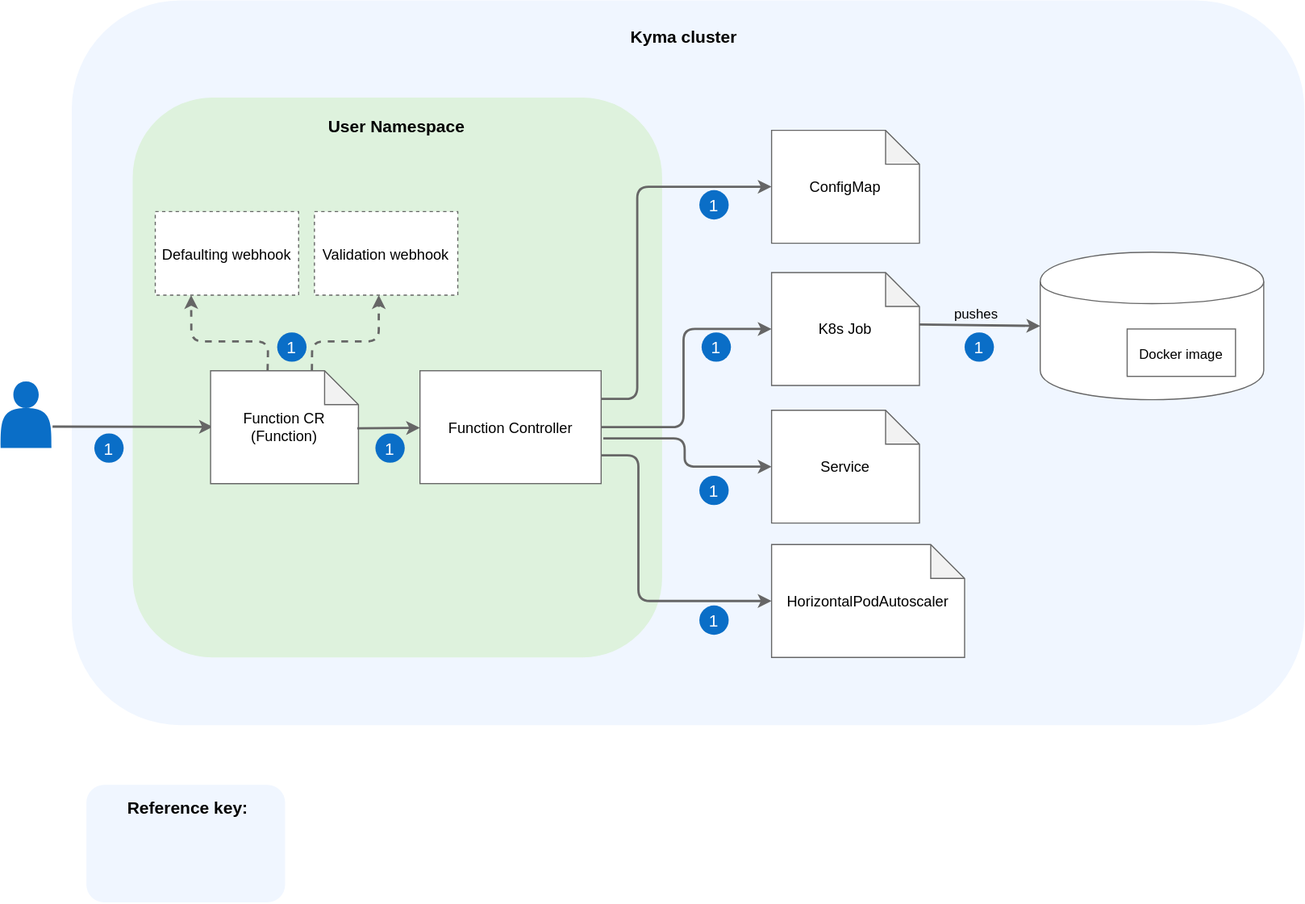
Earlier version of the draw.io export guidelines/content-guidelines/assets/diagram-example.svg (kyma-project/community). Source tidied: cells renumbered, new cells last; positions are measured from the earlier drawing's top-left corner, leaving out a move shared by most shapes.
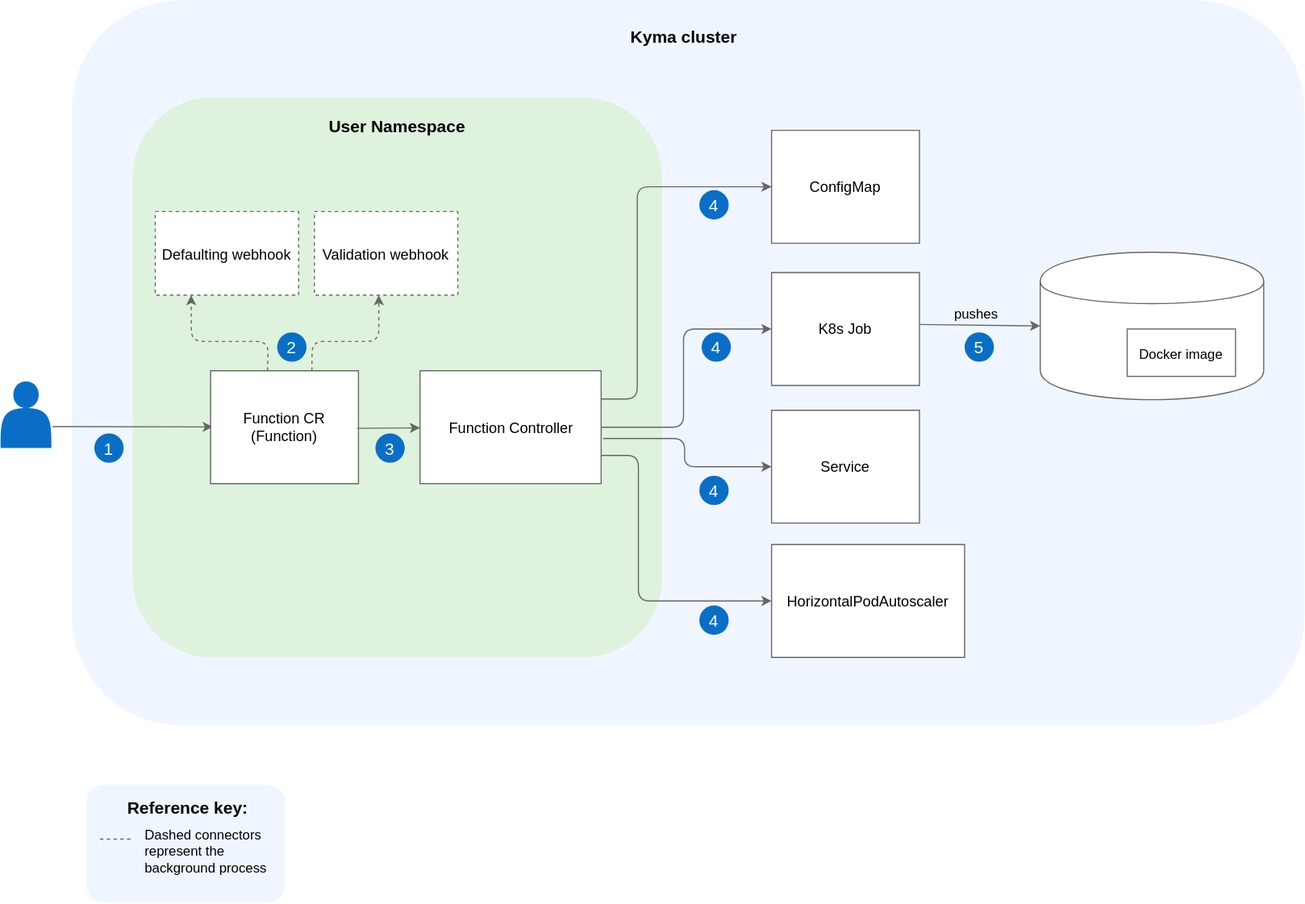
The same diagram one commit later.

Diff of the diagram source:
```diff
@@ -29,19 +29,19 @@
     <mxCell id="10" value="&lt;font style=&quot;font-size: 15px&quot;&gt;User Namespace&lt;/font&gt;" style="text;html=1;strokeColor=none;fillColor=none;align=center;verticalAlign=middle;whiteSpace=wrap;rounded=0;fontStyle=1;" parent="1" vertex="1">
       <mxGeometry x="287.2" y="101" width="128.5" height="20" as="geometry" />
     </mxCell>
-    <mxCell id="11" style="endArrow=classic;html=1;entryX=0;entryY=0.5;entryDx=0;entryDy=0;strokeColor=#666666;strokeWidth=2;" parent="1" edge="1">
+    <mxCell id="11" style="endArrow=classic;html=1;entryX=0;entryY=0.5;entryDx=0;entryDy=0;strokeColor=#666666;strokeWidth=1;jumpSize=1;" parent="1" edge="1">
       <mxGeometry relative="1" as="geometry">
         <mxPoint x="46" y="377.5" as="sourcePoint" />
         <mxPoint x="188" y="377.8" as="targetPoint" />
       </mxGeometry>
     </mxCell>
-    <mxCell id="12" value="&lt;font style=&quot;font-size: 13px&quot;&gt;Function CR&lt;br&gt;(Function)&lt;br&gt;&lt;/font&gt;" style="shape=note;whiteSpace=wrap;html=1;backgroundOutline=1;darkOpacity=0.05;strokeColor=#666666;" parent="1" vertex="1">
+    <mxCell id="12" value="&lt;font style=&quot;font-size: 13px&quot;&gt;Function CR&lt;br&gt;(Function)&lt;br&gt;&lt;/font&gt;" style="shape=note;whiteSpace=wrap;html=1;backgroundOutline=1;darkOpacity=0.05;strokeColor=#666666;size=0;" parent="1" vertex="1">
       <mxGeometry x="186" y="328" width="131" height="100" as="geometry" />
     </mxCell>
     <mxCell id="13" value="&lt;font style=&quot;font-size: 13px&quot;&gt;Defaulting webhook&lt;/font&gt;" style="rounded=0;whiteSpace=wrap;html=1;labelBackgroundColor=none;strokeWidth=1;fillColor=#FFFFFF;gradientColor=none;fontFamily=Helvetica;fontSize=15;fontColor=#000000;dashed=1;strokeColor=#666666;" parent="1" vertex="1">
       <mxGeometry x="137" y="187" width="127" height="74" as="geometry" />
     </mxCell>
-    <mxCell id="14" style="endArrow=classic;html=1;strokeWidth=2;fontFamily=Helvetica;fontSize=15;fontColor=#000000;exitX=0;exitY=0;exitDx=50.5;exitDy=0;dashed=1;exitPerimeter=0;entryX=0.25;entryY=1;entryDx=0;entryDy=0;strokeColor=#666666;" parent="1" edge="1" source="12" target="13">
+    <mxCell id="14" style="endArrow=classic;html=1;strokeWidth=1;fontFamily=Helvetica;fontSize=15;fontColor=#000000;exitX=0;exitY=0;exitDx=50.5;exitDy=0;dashed=1;exitPerimeter=0;entryX=0.25;entryY=1;entryDx=0;entryDy=0;strokeColor=#666666;" parent="1" edge="1" source="12" target="13">
       <mxGeometry relative="1" as="geometry">
         <Array as="points">
           <mxPoint x="237" y="302" />
@@ -55,16 +55,16 @@
     <mxCell id="16" value="&lt;font style=&quot;font-size: 13px&quot;&gt;Function Controller&lt;br&gt;&lt;/font&gt;" style="rounded=0;whiteSpace=wrap;html=1;labelBackgroundColor=none;strokeWidth=1;fillColor=#FFFFFF;gradientColor=none;fontFamily=Helvetica;fontSize=15;fontColor=#000000;strokeColor=#666666;" parent="1" vertex="1">
       <mxGeometry x="371.5" y="328" width="160.5" height="100" as="geometry" />
     </mxCell>
-    <mxCell id="17" value="&lt;font style=&quot;font-size: 13px&quot;&gt;ConfigMap&lt;/font&gt;" style="shape=note;whiteSpace=wrap;html=1;backgroundOutline=1;darkOpacity=0.05;strokeColor=#666666;" parent="1" vertex="1">
+    <mxCell id="17" value="&lt;font style=&quot;font-size: 13px&quot;&gt;ConfigMap&lt;/font&gt;" style="shape=note;whiteSpace=wrap;html=1;backgroundOutline=1;darkOpacity=0.05;strokeColor=#666666;size=0;" parent="1" vertex="1">
       <mxGeometry x="683" y="115" width="131" height="100" as="geometry" />
     </mxCell>
-    <mxCell id="18" value="&lt;font style=&quot;font-size: 13px&quot;&gt;K8s Job&lt;/font&gt;" style="shape=note;whiteSpace=wrap;html=1;backgroundOutline=1;darkOpacity=0.05;strokeColor=#666666;" parent="1" vertex="1">
+    <mxCell id="18" value="&lt;font style=&quot;font-size: 13px&quot;&gt;K8s Job&lt;/font&gt;" style="shape=note;whiteSpace=wrap;html=1;backgroundOutline=1;darkOpacity=0.05;strokeColor=#666666;size=0;" parent="1" vertex="1">
       <mxGeometry x="683" y="241" width="131" height="100" as="geometry" />
     </mxCell>
-    <mxCell id="19" value="&lt;font style=&quot;font-size: 13px&quot;&gt;Service&lt;/font&gt;" style="shape=note;whiteSpace=wrap;html=1;backgroundOutline=1;darkOpacity=0.05;strokeColor=#666666;" parent="1" vertex="1">
+    <mxCell id="19" value="&lt;font style=&quot;font-size: 13px&quot;&gt;Service&lt;/font&gt;" style="shape=note;whiteSpace=wrap;html=1;backgroundOutline=1;darkOpacity=0.05;strokeColor=#666666;size=0;" parent="1" vertex="1">
       <mxGeometry x="683" y="363" width="131" height="100" as="geometry" />
     </mxCell>
-    <mxCell id="20" value="&lt;span style=&quot;font-size: 13px&quot;&gt;HorizontalPodAutoscaler&lt;/span&gt;" style="shape=note;whiteSpace=wrap;html=1;backgroundOutline=1;darkOpacity=0.05;strokeColor=#666666;" parent="1" vertex="1">
+    <mxCell id="20" value="&lt;span style=&quot;font-size: 13px&quot;&gt;HorizontalPodAutoscaler&lt;/span&gt;" style="shape=note;whiteSpace=wrap;html=1;backgroundOutline=1;darkOpacity=0.05;strokeColor=#666666;size=0;" parent="1" vertex="1">
       <mxGeometry x="683" y="482" width="171" height="100" as="geometry" />
     </mxCell>
     <mxCell id="21" style="shape=cylinder;whiteSpace=wrap;html=1;boundedLbl=1;backgroundOutline=1;strokeColor=#666666;" parent="1" vertex="1">
@@ -76,7 +76,7 @@
     <mxCell id="23" value="&lt;font style=&quot;font-size: 15px&quot;&gt;&lt;b&gt;Reference key:&lt;/b&gt;&lt;/font&gt;" style="text;html=1;strokeColor=none;fillColor=none;align=center;verticalAlign=middle;whiteSpace=wrap;rounded=0;" parent="1" vertex="1">
       <mxGeometry x="94" y="705" width="144" height="20" as="geometry" />
     </mxCell>
-    <mxCell id="24" style="endArrow=classic;html=1;strokeWidth=2;fontFamily=Helvetica;fontSize=15;fontColor=#000000;exitX=0;exitY=0;exitDx=50.5;exitDy=0;dashed=1;exitPerimeter=0;entryX=0.449;entryY=1;entryDx=0;entryDy=0;entryPerimeter=0;strokeColor=#666666;" parent="1" edge="1" target="15">
+    <mxCell id="24" style="endArrow=classic;html=1;strokeWidth=1;fontFamily=Helvetica;fontSize=15;fontColor=#000000;exitX=0;exitY=0;exitDx=50.5;exitDy=0;dashed=1;exitPerimeter=0;entryX=0.449;entryY=1;entryDx=0;entryDy=0;entryPerimeter=0;strokeColor=#666666;" parent="1" edge="1" target="15">
       <mxGeometry relative="1" as="geometry">
         <mxPoint x="275.8" y="328" as="sourcePoint" />
         <Array as="points">
@@ -85,10 +85,10 @@
         </Array>
       </mxGeometry>
     </mxCell>
-    <mxCell id="25" style="endArrow=classic;html=1;exitX=0.992;exitY=0.51;exitDx=0;exitDy=0;exitPerimeter=0;strokeColor=#666666;strokeWidth=2;" parent="1" edge="1" source="12" target="16">
+    <mxCell id="25" style="endArrow=classic;html=1;exitX=0.992;exitY=0.51;exitDx=0;exitDy=0;exitPerimeter=0;strokeColor=#666666;strokeWidth=1;" parent="1" edge="1" source="12" target="16">
       <mxGeometry relative="1" as="geometry" />
     </mxCell>
-    <mxCell id="26" style="endArrow=classic;html=1;exitX=1;exitY=0.25;exitDx=0;exitDy=0;entryX=0;entryY=0.5;entryDx=0;entryDy=0;entryPerimeter=0;strokeColor=#666666;strokeWidth=2;" parent="1" edge="1" source="16" target="17">
+    <mxCell id="26" style="endArrow=classic;html=1;exitX=1;exitY=0.25;exitDx=0;exitDy=0;entryX=0;entryY=0.5;entryDx=0;entryDy=0;entryPerimeter=0;strokeColor=#666666;strokeWidth=1;" parent="1" edge="1" source="16" target="17">
       <mxGeometry relative="1" as="geometry">
         <Array as="points">
           <mxPoint x="564" y="353" />
@@ -96,7 +96,7 @@
         </Array>
       </mxGeometry>
     </mxCell>
-    <mxCell id="27" style="endArrow=classic;html=1;exitX=1;exitY=0.5;exitDx=0;exitDy=0;entryX=0;entryY=0.5;entryDx=0;entryDy=0;entryPerimeter=0;strokeColor=#666666;strokeWidth=2;" parent="1" edge="1" source="16" target="18">
+    <mxCell id="27" style="endArrow=classic;html=1;exitX=1;exitY=0.5;exitDx=0;exitDy=0;entryX=0;entryY=0.5;entryDx=0;entryDy=0;entryPerimeter=0;strokeColor=#666666;strokeWidth=1;" parent="1" edge="1" source="16" target="18">
       <mxGeometry relative="1" as="geometry">
         <Array as="points">
           <mxPoint x="605" y="378" />
@@ -104,7 +104,7 @@
         </Array>
       </mxGeometry>
     </mxCell>
-    <mxCell id="28" style="endArrow=classic;html=1;exitX=1.012;exitY=0.6;exitDx=0;exitDy=0;entryX=0;entryY=0.5;entryDx=0;entryDy=0;entryPerimeter=0;exitPerimeter=0;strokeColor=#666666;strokeWidth=2;" parent="1" edge="1" source="16" target="19">
+    <mxCell id="28" style="endArrow=classic;html=1;exitX=1.012;exitY=0.6;exitDx=0;exitDy=0;entryX=0;entryY=0.5;entryDx=0;entryDy=0;entryPerimeter=0;exitPerimeter=0;strokeColor=#666666;strokeWidth=1;" parent="1" edge="1" source="16" target="19">
       <mxGeometry relative="1" as="geometry">
         <Array as="points">
           <mxPoint x="606" y="388" />
@@ -112,7 +112,7 @@
         </Array>
       </mxGeometry>
     </mxCell>
-    <mxCell id="29" style="endArrow=classic;html=1;entryX=0;entryY=0.5;entryDx=0;entryDy=0;entryPerimeter=0;exitX=1;exitY=0.75;exitDx=0;exitDy=0;strokeColor=#666666;strokeWidth=2;" parent="1" edge="1" source="16" target="20">
+    <mxCell id="29" style="endArrow=classic;html=1;entryX=0;entryY=0.5;entryDx=0;entryDy=0;entryPerimeter=0;exitX=1;exitY=0.75;exitDx=0;exitDy=0;strokeColor=#666666;strokeWidth=1;" parent="1" edge="1" source="16" target="20">
       <mxGeometry relative="1" as="geometry">
         <Array as="points">
           <mxPoint x="565" y="403" />
@@ -120,7 +120,7 @@
         </Array>
       </mxGeometry>
     </mxCell>
-    <mxCell id="30" style="endArrow=classic;html=1;exitX=1;exitY=0.46;exitDx=0;exitDy=0;entryX=0;entryY=0.5;entryDx=0;entryDy=0;exitPerimeter=0;strokeColor=#666666;strokeWidth=2;" parent="1" edge="1" source="18" target="21">
+    <mxCell id="30" style="endArrow=classic;html=1;exitX=1;exitY=0.46;exitDx=0;exitDy=0;entryX=0;entryY=0.5;entryDx=0;entryDy=0;exitPerimeter=0;strokeColor=#666666;strokeWidth=1;" parent="1" edge="1" source="18" target="21">
       <mxGeometry relative="1" as="geometry" />
     </mxCell>
     <mxCell id="31" value="&lt;font style=&quot;font-size: 12px&quot;&gt;pushes&lt;/font&gt;" style="edgeLabel;html=1;align=center;verticalAlign=middle;labelBorderColor=none;labelBackgroundColor=none;" parent="30" vertex="1">
@@ -128,26 +128,35 @@
         <mxPoint x="9" y="-8" as="offset" />
       </mxGeometry>
     </mxCell>
-    <mxCell id="32" value="&lt;font color=&quot;#ffffff&quot;&gt;1&lt;/font&gt;" style="ellipse;whiteSpace=wrap;html=1;labelBackgroundColor=none;strokeColor=none;strokeWidth=1;gradientColor=none;fontFamily=Helvetica;fontSize=15;fontColor=#000000;fillColor=#0A6EC7;" parent="1" vertex="1">
+    <mxCell id="32" value="&lt;font color=&quot;#ffffff&quot;&gt;2&lt;/font&gt;" style="ellipse;whiteSpace=wrap;html=1;labelBackgroundColor=none;strokeColor=none;strokeWidth=1;gradientColor=none;fontFamily=Helvetica;fontSize=15;fontColor=#000000;fillColor=#0A6EC7;" parent="1" vertex="1">
       <mxGeometry x="245" y="294" width="26" height="26" as="geometry" />
     </mxCell>
-    <mxCell id="33" value="&lt;font color=&quot;#ffffff&quot;&gt;1&lt;/font&gt;" style="ellipse;whiteSpace=wrap;html=1;labelBackgroundColor=none;strokeColor=none;strokeWidth=1;gradientColor=none;fontFamily=Helvetica;fontSize=15;fontColor=#000000;fillColor=#0A6EC7;" parent="1" vertex="1">
+    <mxCell id="33" value="&lt;font color=&quot;#ffffff&quot;&gt;3&lt;/font&gt;" style="ellipse;whiteSpace=wrap;html=1;labelBackgroundColor=none;strokeColor=none;strokeWidth=1;gradientColor=none;fontFamily=Helvetica;fontSize=15;fontColor=#000000;fillColor=#0A6EC7;" parent="1" vertex="1">
       <mxGeometry x="332" y="383.5" width="26" height="26" as="geometry" />
     </mxCell>
-    <mxCell id="34" value="&lt;font color=&quot;#ffffff&quot;&gt;1&lt;/font&gt;" style="ellipse;whiteSpace=wrap;html=1;labelBackgroundColor=none;strokeColor=none;strokeWidth=1;gradientColor=none;fontFamily=Helvetica;fontSize=15;fontColor=#000000;fillColor=#0A6EC7;" parent="1" vertex="1">
+    <mxCell id="34" value="&lt;font color=&quot;#ffffff&quot;&gt;4&lt;/font&gt;" style="ellipse;whiteSpace=wrap;html=1;labelBackgroundColor=none;strokeColor=none;strokeWidth=1;gradientColor=none;fontFamily=Helvetica;fontSize=15;fontColor=#000000;fillColor=#0A6EC7;" parent="1" vertex="1">
       <mxGeometry x="619" y="168" width="26" height="26" as="geometry" />
     </mxCell>
-    <mxCell id="35" value="&lt;font color=&quot;#ffffff&quot;&gt;1&lt;/font&gt;" style="ellipse;whiteSpace=wrap;html=1;labelBackgroundColor=none;strokeColor=none;strokeWidth=1;gradientColor=none;fontFamily=Helvetica;fontSize=15;fontColor=#000000;fillColor=#0A6EC7;" parent="1" vertex="1">
+    <mxCell id="35" value="&lt;font color=&quot;#ffffff&quot;&gt;4&lt;/font&gt;" style="ellipse;whiteSpace=wrap;html=1;labelBackgroundColor=none;strokeColor=none;strokeWidth=1;gradientColor=none;fontFamily=Helvetica;fontSize=15;fontColor=#000000;fillColor=#0A6EC7;" parent="1" vertex="1">
       <mxGeometry x="621" y="294" width="26" height="26" as="geometry" />
     </mxCell>
-    <mxCell id="36" value="&lt;font color=&quot;#ffffff&quot;&gt;1&lt;/font&gt;" style="ellipse;whiteSpace=wrap;html=1;labelBackgroundColor=none;strokeColor=none;strokeWidth=1;gradientColor=none;fontFamily=Helvetica;fontSize=15;fontColor=#000000;fillColor=#0A6EC7;" parent="1" vertex="1">
+    <mxCell id="36" value="&lt;font color=&quot;#ffffff&quot;&gt;4&lt;/font&gt;" style="ellipse;whiteSpace=wrap;html=1;labelBackgroundColor=none;strokeColor=none;strokeWidth=1;gradientColor=none;fontFamily=Helvetica;fontSize=15;fontColor=#000000;fillColor=#0A6EC7;" parent="1" vertex="1">
       <mxGeometry x="619" y="421" width="26" height="26" as="geometry" />
     </mxCell>
-    <mxCell id="37" value="&lt;font color=&quot;#ffffff&quot;&gt;1&lt;/font&gt;" style="ellipse;whiteSpace=wrap;html=1;labelBackgroundColor=none;strokeColor=none;strokeWidth=1;gradientColor=none;fontFamily=Helvetica;fontSize=15;fontColor=#000000;fillColor=#0A6EC7;" parent="1" vertex="1">
+    <mxCell id="37" value="&lt;font color=&quot;#ffffff&quot;&gt;4&lt;/font&gt;" style="ellipse;whiteSpace=wrap;html=1;labelBackgroundColor=none;strokeColor=none;strokeWidth=1;gradientColor=none;fontFamily=Helvetica;fontSize=15;fontColor=#000000;fillColor=#0A6EC7;" parent="1" vertex="1">
       <mxGeometry x="619" y="536" width="26" height="26" as="geometry" />
     </mxCell>
-    <mxCell id="38" value="&lt;font color=&quot;#ffffff&quot;&gt;1&lt;/font&gt;" style="ellipse;whiteSpace=wrap;html=1;labelBackgroundColor=none;strokeColor=none;strokeWidth=1;gradientColor=none;fontFamily=Helvetica;fontSize=15;fontColor=#000000;fillColor=#0A6EC7;" parent="1" vertex="1">
+    <mxCell id="38" value="&lt;font color=&quot;#ffffff&quot;&gt;5&lt;/font&gt;" style="ellipse;whiteSpace=wrap;html=1;labelBackgroundColor=none;strokeColor=none;strokeWidth=1;gradientColor=none;fontFamily=Helvetica;fontSize=15;fontColor=#000000;fillColor=#0A6EC7;" parent="1" vertex="1">
       <mxGeometry x="854" y="294" width="26" height="26" as="geometry" />
     </mxCell>
+    <mxCell id="39" style="endArrow=none;dashed=1;html=1;strokeWidth=1;strokeColor=#666666;" parent="1" edge="1">
+      <mxGeometry relative="1" as="geometry">
+        <mxPoint x="88" y="743" as="sourcePoint" />
+        <mxPoint x="117" y="743" as="targetPoint" />
+      </mxGeometry>
+    </mxCell>
+    <mxCell id="40" value="Dashed connectors represent the background process" style="text;html=1;strokeColor=none;fillColor=none;align=left;verticalAlign=middle;whiteSpace=wrap;rounded=0;" parent="1" vertex="1">
+      <mxGeometry x="126" y="744" width="114" height="20" as="geometry" />
+    </mxCell>
   </root>
 </mxGraphModel>
```
